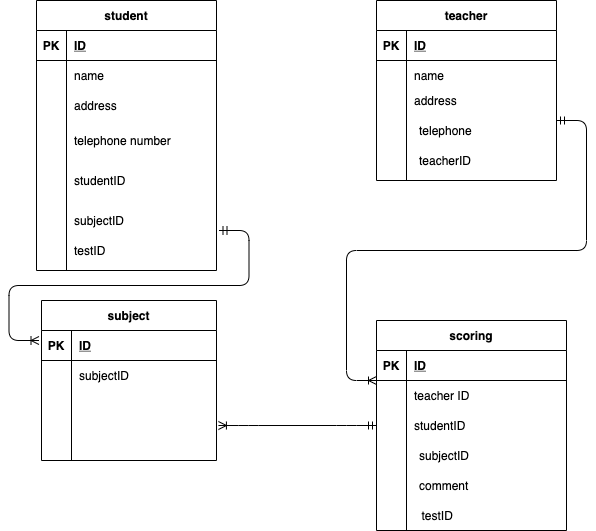
Earlier version of the draw.io export index.drawio.png (ktomita0915/LP). Source tidied: cells renumbered, new cells last; positions are measured from the earlier drawing's top-left corner, leaving out a move shared by most shapes.
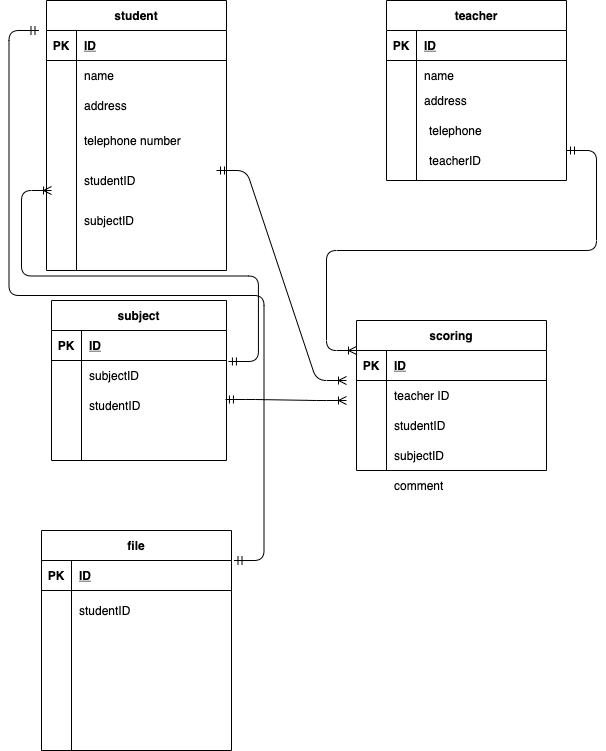
Above is the later version.

The edit, as a diff of the source:
```diff
@@ -51,7 +51,7 @@
       <mxGeometry x="30" width="150" height="40" as="geometry" />
     </mxCell>
     <mxCell id="18" value="scoring" style="shape=table;startSize=30;rowLines=0;fontStyle=1;align=center;" parent="1" vertex="1">
-      <mxGeometry x="340" y="320" width="190" height="210" as="geometry" />
+      <mxGeometry x="310" y="320" width="190" height="150" as="geometry" />
     </mxCell>
     <mxCell id="19" style="shape=partialRectangle;fillColor=none;top=0;left=0;bottom=1;right=0;" parent="18" vertex="1">
       <mxGeometry y="30" width="190" height="30" as="geometry" />
@@ -81,13 +81,13 @@
       <mxGeometry x="30" width="160" height="30" as="geometry" />
     </mxCell>
     <mxCell id="28" style="shape=partialRectangle;fillColor=none;top=0;left=0;bottom=0;right=0;" parent="18" vertex="1">
-      <mxGeometry y="120" width="190" height="80" as="geometry" />
+      <mxGeometry y="120" width="190" height="20" as="geometry" />
     </mxCell>
     <mxCell id="29" style="shape=partialRectangle;fillColor=none;top=0;left=0;bottom=0;right=0;overflow=hidden;" parent="28" vertex="1">
-      <mxGeometry width="30" height="80" as="geometry" />
+      <mxGeometry width="30" height="20" as="geometry" />
     </mxCell>
     <mxCell id="30" style="shape=partialRectangle;fillColor=none;top=0;left=0;bottom=0;right=0;align=left;spacingLeft=6;overflow=hidden;" parent="28" vertex="1">
-      <mxGeometry x="30" width="160" height="80" as="geometry" />
+      <mxGeometry x="30" width="160" height="20" as="geometry" />
     </mxCell>
     <mxCell id="31" value="teacher" style="shape=table;startSize=30;rowLines=0;fontStyle=1;align=center;" parent="1" vertex="1">
       <mxGeometry x="340" width="180" height="180" as="geometry" />
@@ -167,7 +167,7 @@
     <mxCell id="56" style="shape=partialRectangle;fillColor=none;top=0;left=0;bottom=0;right=0;overflow=hidden;" parent="55" vertex="1">
       <mxGeometry width="30" height="30" as="geometry" />
     </mxCell>
-    <mxCell id="57" style="shape=partialRectangle;fillColor=none;top=0;left=0;bottom=0;right=0;align=left;spacingLeft=6;overflow=hidden;" parent="55" vertex="1">
+    <mxCell id="57" value="studentID" style="shape=partialRectangle;fillColor=none;top=0;left=0;bottom=0;right=0;align=left;spacingLeft=6;overflow=hidden;" parent="55" vertex="1">
       <mxGeometry x="30" width="145" height="30" as="geometry" />
     </mxCell>
     <mxCell id="58" style="shape=partialRectangle;fillColor=none;top=0;left=0;bottom=0;right=0;" parent="48" vertex="1">
@@ -179,32 +179,78 @@
     <mxCell id="60" style="shape=partialRectangle;fillColor=none;top=0;left=0;bottom=0;right=0;align=left;spacingLeft=6;overflow=hidden;" parent="58" vertex="1">
       <mxGeometry x="30" width="145" height="30" as="geometry" />
     </mxCell>
-    <mxCell id="61" style="edgeStyle=entityRelationEdgeStyle;fontSize=12;html=1;endArrow=ERoneToMany;startArrow=ERmandOne;" parent="1" edge="1">
-      <mxGeometry relative="1" as="geometry">
-        <mxPoint x="182.5" y="230" as="sourcePoint" />
-        <mxPoint x="2.5" y="340" as="targetPoint" />
-      </mxGeometry>
-    </mxCell>
     <mxCell id="62" style="edgeStyle=entityRelationEdgeStyle;fontSize=12;html=1;endArrow=ERoneToMany;startArrow=ERmandOne;" parent="1" edge="1">
       <mxGeometry relative="1" as="geometry">
-        <mxPoint x="520" y="120" as="sourcePoint" />
-        <mxPoint x="340" y="380" as="targetPoint" />
+        <mxPoint x="520" y="150" as="sourcePoint" />
+        <mxPoint x="310" y="350" as="targetPoint" />
       </mxGeometry>
     </mxCell>
     <mxCell id="63" value="subjectID" style="shape=partialRectangle;fillColor=none;top=0;left=0;bottom=0;right=0;align=left;spacingLeft=6;overflow=hidden;" parent="1" vertex="1">
-      <mxGeometry x="375" y="440" width="145" height="30" as="geometry" />
+      <mxGeometry x="340" y="440" width="145" height="30" as="geometry" />
     </mxCell>
     <mxCell id="64" value="comment" style="shape=partialRectangle;fillColor=none;top=0;left=0;bottom=0;right=0;align=left;spacingLeft=6;overflow=hidden;" parent="1" vertex="1">
-      <mxGeometry x="375" y="470" width="145" height="30" as="geometry" />
+      <mxGeometry x="340" y="470" width="145" height="30" as="geometry" />
     </mxCell>
-    <mxCell id="65" value="testID" style="shape=partialRectangle;fillColor=none;top=0;left=0;bottom=0;right=0;align=left;spacingLeft=6;overflow=hidden;" parent="1" vertex="1">
-      <mxGeometry x="377.5" y="500" width="145" height="30" as="geometry" />
-    </mxCell>
-    <mxCell id="66" value="testID" style="shape=partialRectangle;fillColor=none;top=0;left=0;bottom=0;right=0;align=left;spacingLeft=6;overflow=hidden;" parent="1" vertex="1">
-      <mxGeometry x="30" y="230" width="150" height="40" as="geometry" />
-    </mxCell>
-    <mxCell id="67" style="edgeStyle=entityRelationEdgeStyle;fontSize=12;html=1;endArrow=ERoneToMany;startArrow=ERmandOne;exitX=0;exitY=0.5;exitDx=0;exitDy=0;entryX=1.011;entryY=1.167;entryDx=0;entryDy=0;entryPerimeter=0;" parent="1" edge="1" source="25" target="55">
-      <mxGeometry relative="1" as="geometry" />
+    <mxCell id="67" style="edgeStyle=entityRelationEdgeStyle;fontSize=12;html=1;endArrow=ERoneToMany;startArrow=ERmandOne;exitX=0.994;exitY=0.3;exitDx=0;exitDy=0;exitPerimeter=0;" parent="1" edge="1" source="55">
+      <mxGeometry relative="1" as="geometry">
+        <mxPoint x="300" y="400" as="targetPoint" />
+      </mxGeometry>
     </mxCell>
+    <mxCell id="68" style="edgeStyle=entityRelationEdgeStyle;fontSize=12;html=1;endArrow=ERoneToMany;startArrow=ERmandOne;exitX=1.011;exitY=0.033;exitDx=0;exitDy=0;exitPerimeter=0;" parent="1" edge="1" source="52">
+      <mxGeometry relative="1" as="geometry">
+        <mxPoint x="5" y="190" as="targetPoint" />
+      </mxGeometry>
+    </mxCell>
+    <mxCell id="69" value="file" style="shape=table;startSize=30;rowLines=0;fontStyle=1;align=center;" parent="1" vertex="1">
+      <mxGeometry x="-5" y="530" width="190" height="220" as="geometry" />
+    </mxCell>
+    <mxCell id="70" style="shape=partialRectangle;fillColor=none;top=0;left=0;bottom=1;right=0;" parent="69" vertex="1">
+      <mxGeometry y="30" width="190" height="30" as="geometry" />
+    </mxCell>
+    <mxCell id="71" value="PK" style="shape=partialRectangle;fillColor=none;top=0;left=0;bottom=0;right=0;fontStyle=1;overflow=hidden;" parent="70" vertex="1">
+      <mxGeometry width="30" height="30" as="geometry" />
+    </mxCell>
+    <mxCell id="72" value="ID" style="shape=partialRectangle;fillColor=none;top=0;left=0;bottom=0;right=0;align=left;spacingLeft=6;fontStyle=5;overflow=hidden;" parent="70" vertex="1">
+      <mxGeometry x="30" width="160" height="30" as="geometry" />
+    </mxCell>
+    <mxCell id="73" style="shape=partialRectangle;fillColor=none;top=0;left=0;bottom=0;right=0;" parent="69" vertex="1">
+      <mxGeometry y="60" width="190" height="40" as="geometry" />
+    </mxCell>
+    <mxCell id="74" style="shape=partialRectangle;fillColor=none;top=0;left=0;bottom=0;right=0;overflow=hidden;" parent="73" vertex="1">
+      <mxGeometry width="30" height="40" as="geometry" />
+    </mxCell>
+    <mxCell id="75" value="studentID" style="shape=partialRectangle;fillColor=none;top=0;left=0;bottom=0;right=0;align=left;spacingLeft=6;overflow=hidden;" parent="73" vertex="1">
+      <mxGeometry x="30" width="160" height="40" as="geometry" />
+    </mxCell>
+    <mxCell id="76" style="shape=partialRectangle;fillColor=none;top=0;left=0;bottom=0;right=0;" parent="69" vertex="1">
+      <mxGeometry y="100" width="190" height="30" as="geometry" />
+    </mxCell>
+    <mxCell id="77" style="shape=partialRectangle;fillColor=none;top=0;left=0;bottom=0;right=0;overflow=hidden;" parent="76" vertex="1">
+      <mxGeometry width="30" height="30" as="geometry" />
+    </mxCell>
+    <mxCell id="78" style="shape=partialRectangle;fillColor=none;top=0;left=0;bottom=0;right=0;align=left;spacingLeft=6;overflow=hidden;" parent="76" vertex="1">
+      <mxGeometry x="30" width="160" height="30" as="geometry" />
+    </mxCell>
+    <mxCell id="79" style="shape=partialRectangle;fillColor=none;top=0;left=0;bottom=0;right=0;" parent="69" vertex="1">
+      <mxGeometry y="130" width="190" height="80" as="geometry" />
+    </mxCell>
+    <mxCell id="80" style="shape=partialRectangle;fillColor=none;top=0;left=0;bottom=0;right=0;overflow=hidden;" parent="79" vertex="1">
+      <mxGeometry width="30" height="80" as="geometry" />
+    </mxCell>
+    <mxCell id="81" style="shape=partialRectangle;fillColor=none;top=0;left=0;bottom=0;right=0;align=left;spacingLeft=6;overflow=hidden;" parent="79" vertex="1">
+      <mxGeometry x="30" width="160" height="80" as="geometry" />
+    </mxCell>
+    <mxCell id="82" style="edgeStyle=entityRelationEdgeStyle;fontSize=12;html=1;endArrow=ERoneToMany;startArrow=ERmandOne;" parent="1" edge="1">
+      <mxGeometry relative="1" as="geometry">
+        <mxPoint x="170" y="170" as="sourcePoint" />
+        <mxPoint x="300" y="380" as="targetPoint" />
+      </mxGeometry>
+    </mxCell>
+    <mxCell id="83" style="edgeStyle=entityRelationEdgeStyle;fontSize=12;html=1;endArrow=ERmandOne;startArrow=ERmandOne;" parent="1" edge="1">
+      <mxGeometry relative="1" as="geometry">
+        <mxPoint x="187.5" y="560" as="sourcePoint" />
+        <mxPoint x="-7.5" y="30" as="targetPoint" />
+      </mxGeometry>
+    </mxCell>
   </root>
 </mxGraphModel>
```
